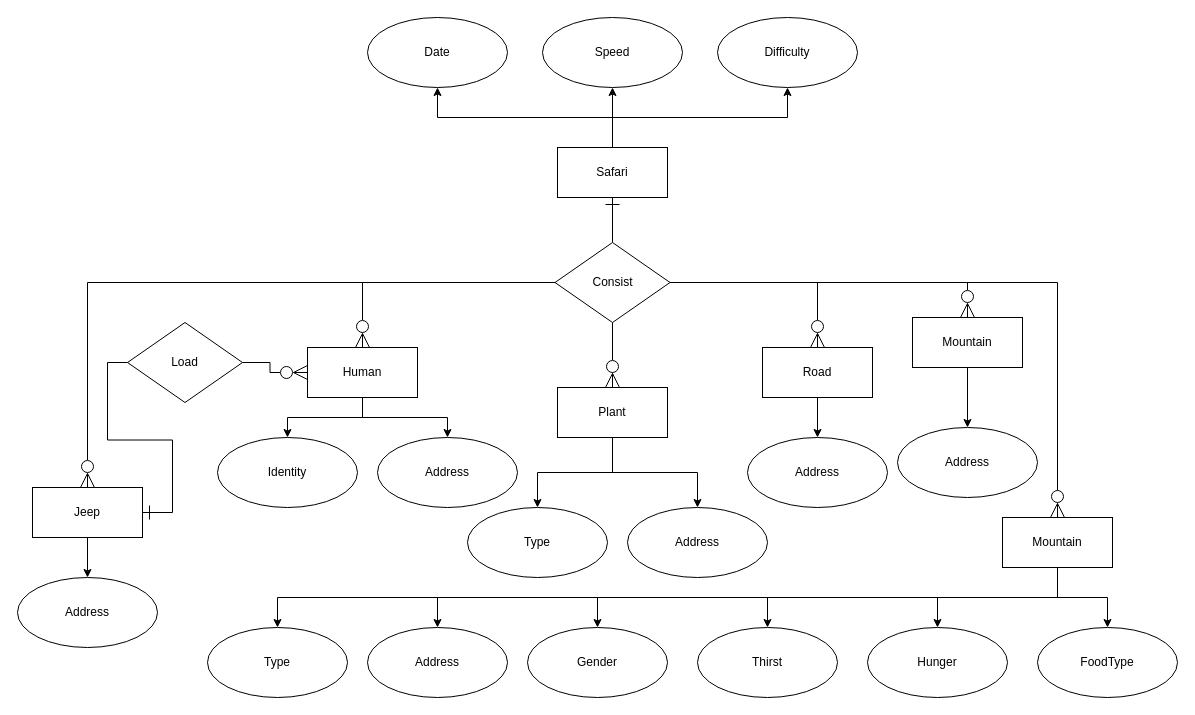
This is Soft tech uml database Diagram.drawio from summertx/uml, a draw.io file, before an edit. Source tidied: cells renumbered, new cells numbered last; positions are measured from the earlier drawing's top-left corner, leaving out a move shared by most shapes. Both pictures are drawn from the tidied source at 100%, with x=0, y=0 at pixel (17, 17).
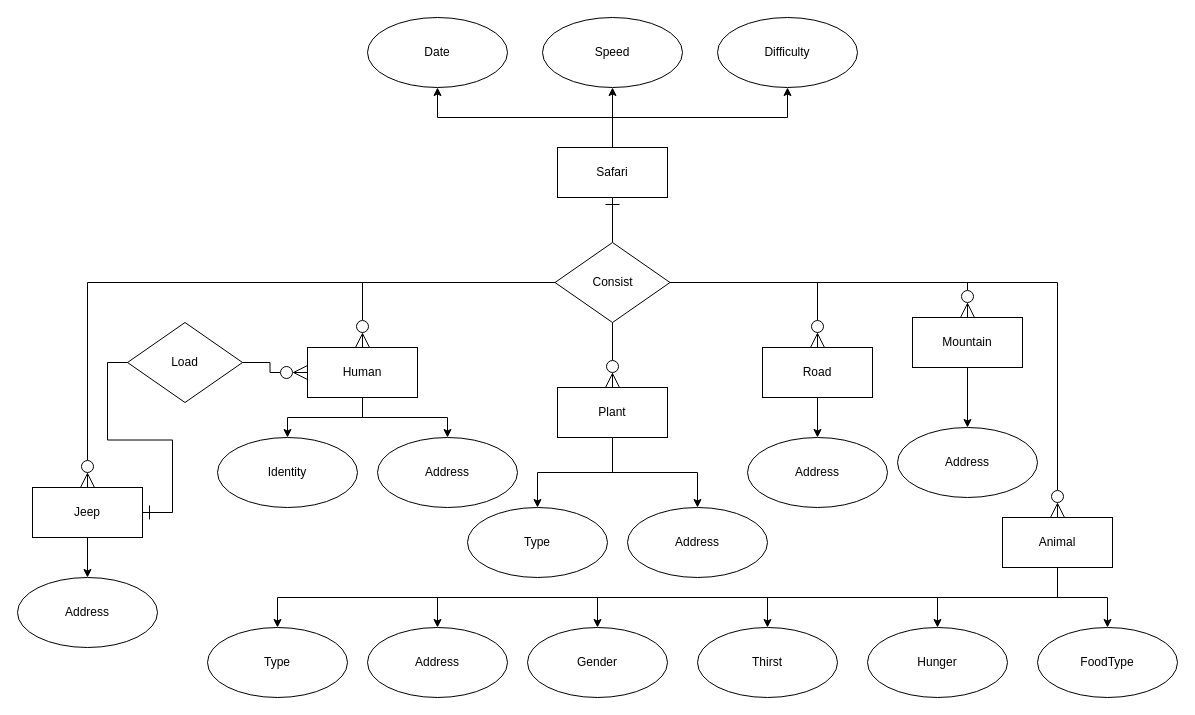
After the change.

Diff of the diagram source:
```diff
@@
-    <mxCell id="45" value="Mountain" style="html=1;whiteSpace=wrap;" parent="1" vertex="1">
+    <mxCell id="45" value="Animal" style="html=1;whiteSpace=wrap;" parent="1" vertex="1">
       <mxGeometry x="985" y="500" width="110" height="50" as="geometry" />
     </mxCell>
```
